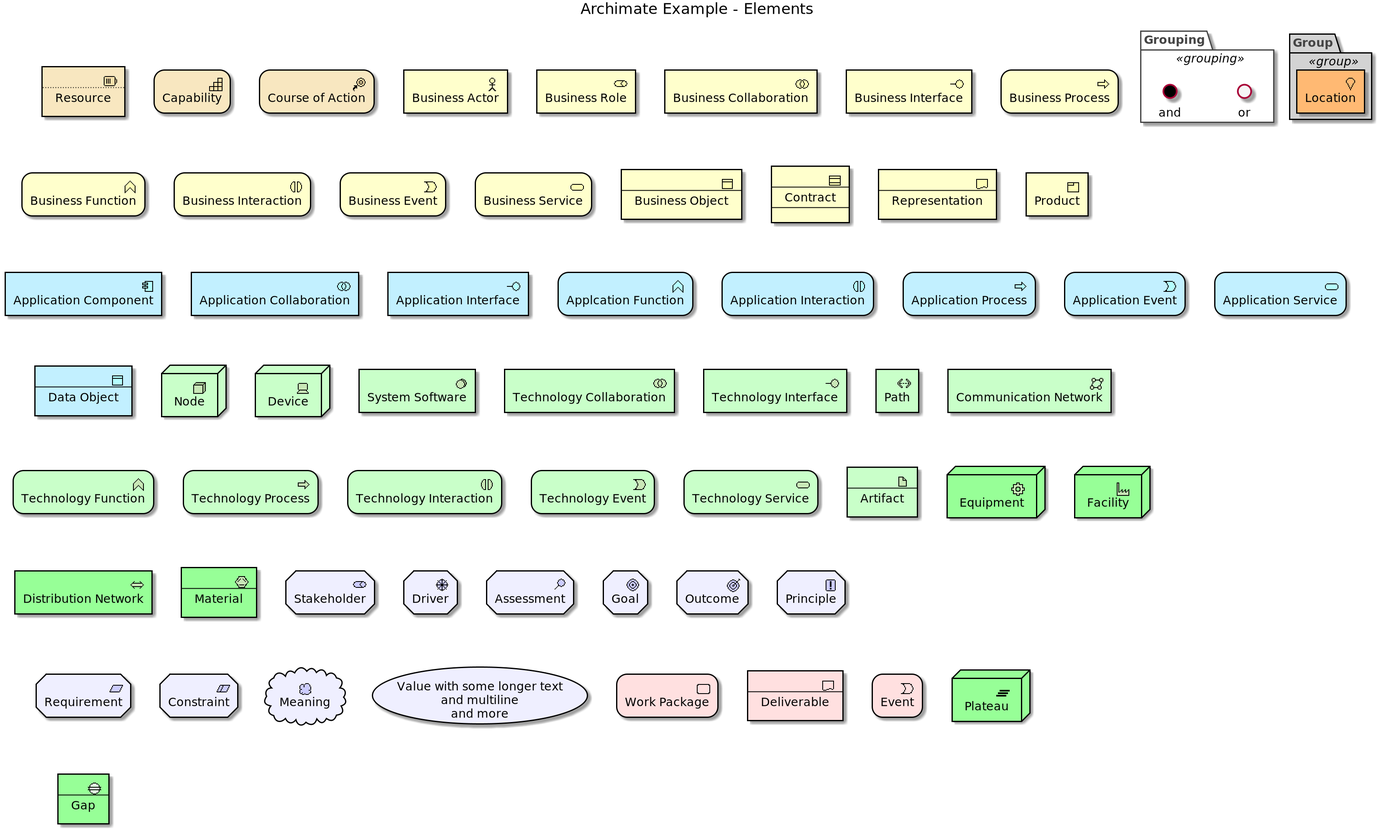
This is images/Archimate Example - Elements.png from plantuml-stdlib/Archimate-PlantUML, a PlantUML export, as it was before one commit. Its diagram source:
```plantuml
@startuml


skinparam defaultTextAlignment center
skinparam wrapWidth 400
skinparam maxMessageSize 150
skinparam StereotypeAlignment right

skinparam Arrow {
    Color #000000
    FontColor #000000
    FontSize 12
}
skinparam Folder<<grouping>> {
    Shadowing true
    StereotypeFontSize 0
    FontColor #444444
    BorderColor #444444
    BorderStyle dashed
}
skinparam Folder<<group>> {
    Shadowing true
    StereotypeFontSize 0
    FontColor #444444
    BackgroundColor lightgrey
}
skinparam rectangle<<boundary>> {
    Shadowing false
    StereotypeFontSize 0
    FontColor #444444
    BorderColor #444444
    BorderStyle dashed
}
skinparam node {
  StereotypeAlignment right
}
skinparam cloud {
  StereotypeAlignment right
}
skinparam frame {
  StereotypeAlignment right
}
skinparam archimate {
  StereotypeAlignment right
  RoundCorner<<strategy-capability>> 25
  RoundCorner<<strategy-course-of-action>> 25
  RoundCorner<<strategy-value-stream>> 25
  RoundCorner<<business-process>> 25
  RoundCorner<<business-event>> 25
  RoundCorner<<business-function>> 25
  RoundCorner<<business-interaction>> 25
  RoundCorner<<business-event>> 25
  RoundCorner<<business-service>> 25
  RoundCorner<<application-function>> 25
  RoundCorner<<application-interaction>> 25
  RoundCorner<<application-process>> 25
  RoundCorner<<application-event>> 25
  RoundCorner<<application-service>> 25
  RoundCorner<<technology-function>> 25
  RoundCorner<<technology-process>> 25
  RoundCorner<<technology-interaction>> 25
  RoundCorner<<technology-event>> 25
  RoundCorner<<technology-infra-service>> 25
  RoundCorner<<implementation-workpackage>> 25
  RoundCorner<<implementation-event>> 25
  DiagonalCorner<<motivation-stakeholder>> 12
  DiagonalCorner<<motivation-driver>> 12
  DiagonalCorner<<motivation-assessment>> 12
  DiagonalCorner<<motivation-goal>> 12
  DiagonalCorner<<motivation-outcome>> 12
  DiagonalCorner<<motivation-principle>> 12
  DiagonalCorner<<motivation-requirement>> 12
  DiagonalCorner<<motivation-constraint>> 12
}
skinparam usecase {
  BorderColor #000000
}





























title Archimate Example - Elements


archimate #STRATEGY "....\n Resource" <<strategy-resource>> as SR_01
archimate #STRATEGY "Capability" <<strategy-capability>> as SC_01
archimate #STRATEGY "Course of Action" <<strategy-course-of-action>> as SA_01

archimate #BUSINESS "Business Actor" <<business-actor>> as BA_01
archimate #BUSINESS "Business Role" <<business-role>> as BR_01
archimate #BUSINESS "Business Collaboration" <<business-collaboration>> as BC_01
archimate #BUSINESS "Business Interface" <<business-interface>> as BI_01
archimate #BUSINESS "Business Process" <<business-process>> as BP_01
archimate #BUSINESS "Business Function" <<business-function>> as BF_01
archimate #BUSINESS "Business Interaction" <<business-interaction>> as BIt_01
archimate #BUSINESS "Business Event" <<business-event>> as BE_01
archimate #BUSINESS "Business Service" <<business-service>> as BS_01
archimate #BUSINESS "----\n Business Object" <<business-object>> as BO_01
archimate #BUSINESS "----\n Contract\n----" <<business-contract>> as BCt_01
archimate #BUSINESS "----\n Representation" <<business-representation>> as BRep_01
archimate #BUSINESS "Product" <<business-product>> as BPr_01

archimate #APPLICATION "Application Component" <<application-component>> as AC_01
archimate #APPLICATION "Application Collaboration" <<application-collaboration>> as ACol_01
archimate #APPLICATION "Application Interface" <<application-interface>> as AI_01
archimate #APPLICATION "Applcation Function" <<application-function>> as AF_01
archimate #APPLICATION "Application Interaction" <<application-interaction>> as AInt_01
archimate #APPLICATION "Application Process" <<application-process>> as AP_01
archimate #APPLICATION "Application Event" <<application-event>> as AE_01
archimate #APPLICATION "Application Service" <<application-service>> as AS_01
archimate #APPLICATION "----\n Data Object" <<application-data-object>> as AD_01


node #TECHNOLOGY "Node" <<$archimate/technology-node>> as TN_01
node #TECHNOLOGY "Device" <<$archimate/technology-device>> as TD_01
archimate #TECHNOLOGY "System Software" <<technology-system-software>> as TSS_01
archimate #TECHNOLOGY "Technology Collaboration" <<technology-collaboration>> as TC_01
archimate #TECHNOLOGY "Technology Interface" <<technology-infra-interface>> as TI_01
archimate #TECHNOLOGY "Path" <<technology-communication-path>> as TP_01
archimate #TECHNOLOGY "Communication Network" <<technology-network>> as TCN_01
archimate #TECHNOLOGY "Technology Function" <<technology-function>> as TF_01
archimate #TECHNOLOGY "Technology Process" <<technology-process>> as TPr_01
archimate #TECHNOLOGY "Technology Interaction" <<technology-interaction>> as TInt_01
archimate #TECHNOLOGY "Technology Event" <<technology-event>> as TE_01
archimate #TECHNOLOGY "Technology Service" <<technology-infra-service>> as TS_01
archimate #TECHNOLOGY "----\n Artifact" <<technology-artifact>> as TA_01

node #PHYSICAL "Equipment" <<$archimate/physical-equipment>> as PE_01
node #PHYSICAL "Facility" <<$archimate/physical-facility>> as PF_01
archimate #PHYSICAL "Distribution Network" <<physical-distribution-network>> as PDN_01
archimate #PHYSICAL "----\n Material" <<physical-material>> as PM_01

archimate #MOTIVATION "Stakeholder" <<motivation-stakeholder>> as MS_01
archimate #MOTIVATION "Driver" <<motivation-driver>> as MD_01
archimate #MOTIVATION "Assessment" <<motivation-assessment>> as MA_01
archimate #MOTIVATION "Goal" <<motivation-goal>> as MG_01
archimate #MOTIVATION "Outcome" <<motivation-outcome>> as MO_01
archimate #MOTIVATION "Principle" <<motivation-principle>> as MP_01
archimate #MOTIVATION "Requirement" <<motivation-requirement>> as MR_01
archimate #MOTIVATION "Constraint" <<motivation-constraint>> as MC_01
cloud #MOTIVATION "Meaning" <<$archimate/motivation-meaning>> as MM_01
usecase #MOTIVATION "Value with some longer text\nand multiline\nand more" as MV_01

archimate #IMPLEMENTATION "Work Package" <<implementation-workpackage>> as IWP_01
archimate #IMPLEMENTATION "----\n Deliverable" <<implementation-deliverable>> as ID_01
archimate #IMPLEMENTATION "Event" <<implementation-event>> as IE_01
node #PHYSICAL "Plateau" <<$archimate/implementation-plateau>> as IP_01
archimate #PHYSICAL "----\n Gap" <<implementation-gap>> as IG_01

Folder "Grouping" <<grouping>> as G_01 {
    circle #whitesmoke "or" as JO_01
    circle #black "and" as JA_01
}
Folder "Group" <<group>> as G_02 {
    archimate #ffb973 "Location" <<location>> as OL_01
}

@enduml
```
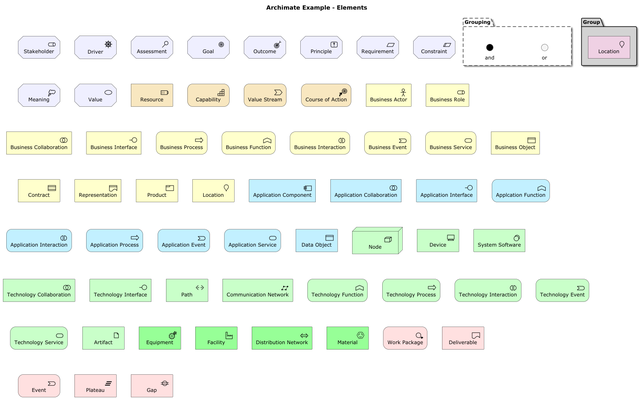
Later version of the same file.

Change to the diagram source:
```diff
@@ -1,183 +1,82 @@
 @startuml
-
-
-skinparam defaultTextAlignment center
-skinparam wrapWidth 400
-skinparam maxMessageSize 150
-skinparam StereotypeAlignment right
-
-skinparam Arrow {
-    Color #000000
-    FontColor #000000
-    FontSize 12
-}
-skinparam Folder<<grouping>> {
-    Shadowing true
-    StereotypeFontSize 0
-    FontColor #444444
-    BorderColor #444444
-    BorderStyle dashed
-}
-skinparam Folder<<group>> {
-    Shadowing true
-    StereotypeFontSize 0
-    FontColor #444444
-    BackgroundColor lightgrey
-}
-skinparam rectangle<<boundary>> {
-    Shadowing false
-    StereotypeFontSize 0
-    FontColor #444444
-    BorderColor #444444
-    BorderStyle dashed
-}
-skinparam node {
-  StereotypeAlignment right
-}
-skinparam cloud {
-  StereotypeAlignment right
-}
-skinparam frame {
-  StereotypeAlignment right
-}
-skinparam archimate {
-  StereotypeAlignment right
-  RoundCorner<<strategy-capability>> 25
-  RoundCorner<<strategy-course-of-action>> 25
-  RoundCorner<<strategy-value-stream>> 25
-  RoundCorner<<business-process>> 25
-  RoundCorner<<business-event>> 25
-  RoundCorner<<business-function>> 25
-  RoundCorner<<business-interaction>> 25
-  RoundCorner<<business-event>> 25
-  RoundCorner<<business-service>> 25
-  RoundCorner<<application-function>> 25
-  RoundCorner<<application-interaction>> 25
-  RoundCorner<<application-process>> 25
-  RoundCorner<<application-event>> 25
-  RoundCorner<<application-service>> 25
-  RoundCorner<<technology-function>> 25
-  RoundCorner<<technology-process>> 25
-  RoundCorner<<technology-interaction>> 25
-  RoundCorner<<technology-event>> 25
-  RoundCorner<<technology-infra-service>> 25
-  RoundCorner<<implementation-workpackage>> 25
-  RoundCorner<<implementation-event>> 25
-  DiagonalCorner<<motivation-stakeholder>> 12
-  DiagonalCorner<<motivation-driver>> 12
-  DiagonalCorner<<motivation-assessment>> 12
-  DiagonalCorner<<motivation-goal>> 12
-  DiagonalCorner<<motivation-outcome>> 12
-  DiagonalCorner<<motivation-principle>> 12
-  DiagonalCorner<<motivation-requirement>> 12
-  DiagonalCorner<<motivation-constraint>> 12
-}
-skinparam usecase {
-  BorderColor #000000
-}
-
-
-
-
-
-
-
-
-
-
-
-
-
-
-
-
-
-
-
-
-
-
-
-
-
-
-
-
+!include ../Archimate.puml
 
 title Archimate Example - Elements
 
 
-archimate #STRATEGY "....\n Resource" <<strategy-resource>> as SR_01
-archimate #STRATEGY "Capability" <<strategy-capability>> as SC_01
-archimate #STRATEGY "Course of Action" <<strategy-course-of-action>> as SA_01
+Motivation_Stakeholder(MS_01, "Stakeholder")
+Motivation_Driver(MD_01, "Driver")
+Motivation_Assessment(MA_01, "Assessment")
+Motivation_Goal(MG_01, "Goal")
+Motivation_Outcome(MO_01, "Outcome")
+Motivation_Principle(MP_01, "Principle")
+Motivation_Requirement(MR_01, "Requirement")
+Motivation_Constraint(MC_01, "Constraint")
+Motivation_Meaning(MM_01, "Meaning")
+Motivation_Value(MV_01, "Value")
 
-archimate #BUSINESS "Business Actor" <<business-actor>> as BA_01
-archimate #BUSINESS "Business Role" <<business-role>> as BR_01
-archimate #BUSINESS "Business Collaboration" <<business-collaboration>> as BC_01
-archimate #BUSINESS "Business Interface" <<business-interface>> as BI_01
-archimate #BUSINESS "Business Process" <<business-process>> as BP_01
-archimate #BUSINESS "Business Function" <<business-function>> as BF_01
-archimate #BUSINESS "Business Interaction" <<business-interaction>> as BIt_01
-archimate #BUSINESS "Business Event" <<business-event>> as BE_01
-archimate #BUSINESS "Business Service" <<business-service>> as BS_01
-archimate #BUSINESS "----\n Business Object" <<business-object>> as BO_01
-archimate #BUSINESS "----\n Contract\n----" <<business-contract>> as BCt_01
-archimate #BUSINESS "----\n Representation" <<business-representation>> as BRep_01
-archimate #BUSINESS "Product" <<business-product>> as BPr_01
+Strategy_Resource(SR_01, "Resource")
+Strategy_Capability(SC_01, "Capability")
+Strategy_ValueStream(SV_01, "Value Stream")
+Strategy_CourseOfAction(SA_01, "Course of Action")
 
-archimate #APPLICATION "Application Component" <<application-component>> as AC_01
-archimate #APPLICATION "Application Collaboration" <<application-collaboration>> as ACol_01
-archimate #APPLICATION "Application Interface" <<application-interface>> as AI_01
-archimate #APPLICATION "Applcation Function" <<application-function>> as AF_01
-archimate #APPLICATION "Application Interaction" <<application-interaction>> as AInt_01
-archimate #APPLICATION "Application Process" <<application-process>> as AP_01
-archimate #APPLICATION "Application Event" <<application-event>> as AE_01
-archimate #APPLICATION "Application Service" <<application-service>> as AS_01
-archimate #APPLICATION "----\n Data Object" <<application-data-object>> as AD_01
+Business_Actor(BA_01, "Business Actor")
+Business_Role(BR_01, "Business Role")
+Business_Collaboration(BC_01, "Business Collaboration")
+Business_Interface(BI_01, "Business Interface")
+Business_Process(BP_01, "Business Process")
+Business_Function(BF_01, "Business Function")
+Business_Interaction(BIt_01, "Business Interaction")
+Business_Event(BE_01, "Business Event")
+Business_Service(BS_01, "Business Service")
+Business_Object(BO_01, "Business Object")
+Business_Contract(BCt_01, "Contract")
+Business_Representation(BRep_01, "Representation")
+Business_Product(BPr_01, "Product")
+Business_Location(BLoc_01, "Location")
+
+Application_Component(AC_01, "Application Component")
+Application_Collaboration(ACol_01, "Application Collaboration")
+Application_Interface(AI_01, "Application Interface")
+Application_Function(AF_01, "Applcation Function")
+Application_Interaction(AInt_01, "Application Interaction")
+Application_Process(AP_01, "Application Process")
+Application_Event(AE_01, "Application Event")
+Application_Service(AS_01, "Application Service")
+Application_DataObject(AD_01, "Data Object")
+
+Technology_Node(TN_01, "Node")
+Technology_Device(TD_01, "Device")
+Technology_SystemSoftware(TSS_01, "System Software")
+Technology_Collaboration(TC_01, "Technology Collaboration")
+Technology_Interface(TI_01, "Technology Interface")
+Technology_Path(TP_01, "Path")
+Technology_CommunicationNetwork(TCN_01, "Communication Network")
+Technology_Function(TF_01, "Technology Function")
+Technology_Process(TPr_01, "Technology Process")
+Technology_Interaction(TInt_01, "Technology Interaction")
+Technology_Event(TE_01, "Technology Event")
+Technology_Service(TS_01, "Technology Service")
+Technology_Artifact(TA_01, "Artifact")
+
+Physical_Equipment(PE_01, "Equipment")
+Physical_Facility(PF_01, "Facility")
+Physical_DistributionNetwork(PDN_01, "Distribution Network")
+Physical_Material(PM_01, "Material")
+
+Implementation_WorkPackage(IWP_01, "Work Package")
+Implementation_Deliverable(ID_01, "Deliverable")
+Implementation_Event(IE_01, "Event")
+Implementation_Plateau(IP_01, "Plateau")
+Implementation_Gap(IG_01, "Gap")
+
+Grouping(G_01, "Grouping") {
+    Junction_Or(JO_01, "or")
+    Junction_And(JA_01, "and")
+}
+Group(G_02, "Group") {
+    Other_Location(OL_01, "Location")
+}
 
 
-node #TECHNOLOGY "Node" <<$archimate/technology-node>> as TN_01
-node #TECHNOLOGY "Device" <<$archimate/technology-device>> as TD_01
-archimate #TECHNOLOGY "System Software" <<technology-system-software>> as TSS_01
-archimate #TECHNOLOGY "Technology Collaboration" <<technology-collaboration>> as TC_01
-archimate #TECHNOLOGY "Technology Interface" <<technology-infra-interface>> as TI_01
-archimate #TECHNOLOGY "Path" <<technology-communication-path>> as TP_01
-archimate #TECHNOLOGY "Communication Network" <<technology-network>> as TCN_01
-archimate #TECHNOLOGY "Technology Function" <<technology-function>> as TF_01
-archimate #TECHNOLOGY "Technology Process" <<technology-process>> as TPr_01
-archimate #TECHNOLOGY "Technology Interaction" <<technology-interaction>> as TInt_01
-archimate #TECHNOLOGY "Technology Event" <<technology-event>> as TE_01
-archimate #TECHNOLOGY "Technology Service" <<technology-infra-service>> as TS_01
-archimate #TECHNOLOGY "----\n Artifact" <<technology-artifact>> as TA_01
-
-node #PHYSICAL "Equipment" <<$archimate/physical-equipment>> as PE_01
-node #PHYSICAL "Facility" <<$archimate/physical-facility>> as PF_01
-archimate #PHYSICAL "Distribution Network" <<physical-distribution-network>> as PDN_01
-archimate #PHYSICAL "----\n Material" <<physical-material>> as PM_01
-
-archimate #MOTIVATION "Stakeholder" <<motivation-stakeholder>> as MS_01
-archimate #MOTIVATION "Driver" <<motivation-driver>> as MD_01
-archimate #MOTIVATION "Assessment" <<motivation-assessment>> as MA_01
-archimate #MOTIVATION "Goal" <<motivation-goal>> as MG_01
-archimate #MOTIVATION "Outcome" <<motivation-outcome>> as MO_01
-archimate #MOTIVATION "Principle" <<motivation-principle>> as MP_01
-archimate #MOTIVATION "Requirement" <<motivation-requirement>> as MR_01
-archimate #MOTIVATION "Constraint" <<motivation-constraint>> as MC_01
-cloud #MOTIVATION "Meaning" <<$archimate/motivation-meaning>> as MM_01
-usecase #MOTIVATION "Value with some longer text\nand multiline\nand more" as MV_01
-
-archimate #IMPLEMENTATION "Work Package" <<implementation-workpackage>> as IWP_01
-archimate #IMPLEMENTATION "----\n Deliverable" <<implementation-deliverable>> as ID_01
-archimate #IMPLEMENTATION "Event" <<implementation-event>> as IE_01
-node #PHYSICAL "Plateau" <<$archimate/implementation-plateau>> as IP_01
-archimate #PHYSICAL "----\n Gap" <<implementation-gap>> as IG_01
-
-Folder "Grouping" <<grouping>> as G_01 {
-    circle #whitesmoke "or" as JO_01
-    circle #black "and" as JA_01
-}
-Folder "Group" <<group>> as G_02 {
-    archimate #ffb973 "Location" <<location>> as OL_01
-}
-
 @enduml
```
